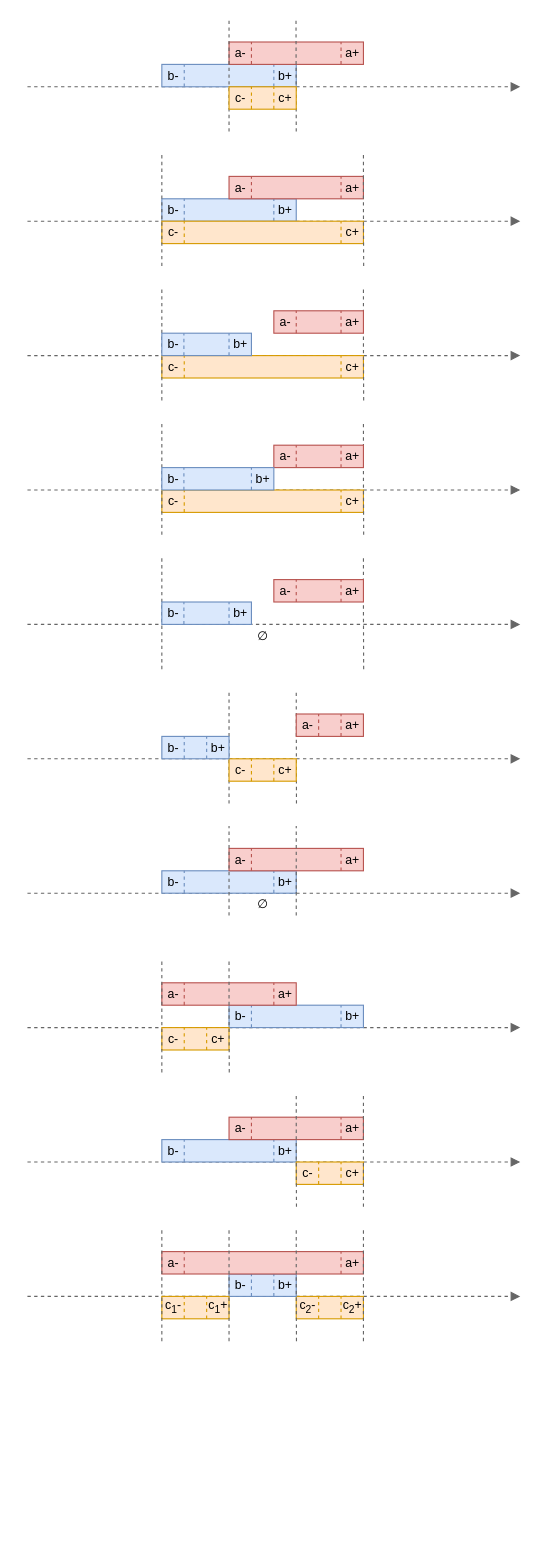
Above: page "Algorithms" (5 of 7) of res/resources.drawio in gchudnov/mindthegap (draw.io), before the change. Source tidied: cells renumbered, new cells numbered last; positions are measured from the earlier drawing's top-left corner, leaving out a move shared by most shapes. Both pictures are drawn from the tidied source at 112%, with x=0, y=0 at pixel (27, 19).
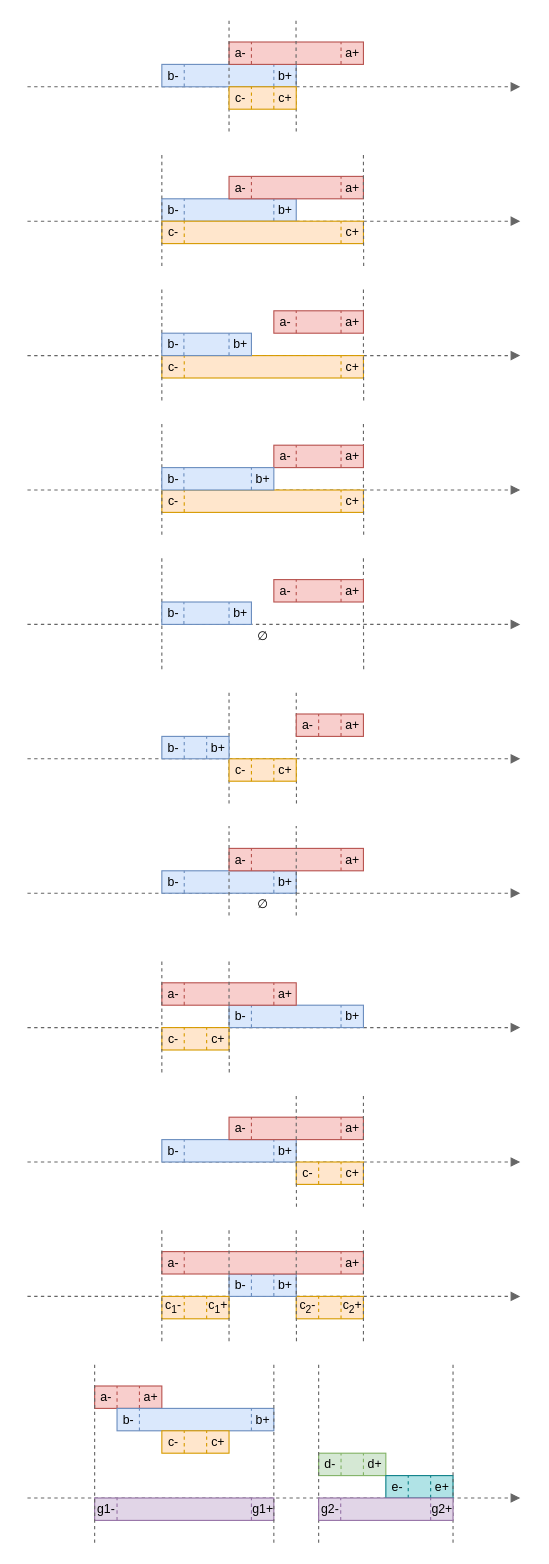
The same diagram, later.

Diff of the diagram source:
```diff
@@
+    <mxCell id="206" style="endArrow=block;html=1;fontSize=12;strokeWidth=1;fillColor=#f5f5f5;strokeColor=#666666;endFill=1;dashed=1;" parent="1" edge="1">
+      <mxGeometry relative="1" as="geometry">
+        <mxPoint y="1320" as="sourcePoint" />
+        <mxPoint x="440" y="1320" as="targetPoint" />
+      </mxGeometry>
+    </mxCell>
+    <mxCell id="207" style="group;" parent="1" vertex="1">
+      <mxGeometry x="60" y="1220" width="60" height="20" as="geometry" />
+    </mxCell>
+    <mxCell id="208" style="rounded=0;whiteSpace=wrap;html=1;fontSize=12;strokeWidth=1;fillColor=#f8cecc;strokeColor=#b85450;" parent="207" vertex="1">
+      <mxGeometry width="60" height="20" as="geometry" />
+    </mxCell>
+    <mxCell id="209" value="&lt;p style=&quot;line-height: 1.2&quot;&gt;a-&lt;/p&gt;" style="text;html=1;strokeColor=none;fillColor=none;align=center;verticalAlign=middle;rounded=0;fontSize=11;labelPosition=center;verticalLabelPosition=middle;horizontal=1;" parent="207" vertex="1">
+      <mxGeometry width="20" height="20" as="geometry" />
+    </mxCell>
+    <mxCell id="210" value="a+" style="text;html=1;strokeColor=none;fillColor=none;align=center;verticalAlign=middle;rounded=0;fontSize=11;spacing=2;" parent="207" vertex="1">
+      <mxGeometry x="40" width="20" height="20" as="geometry" />
+    </mxCell>
+    <mxCell id="211" style="endArrow=none;dashed=1;html=1;strokeWidth=1;fontSize=11;fillColor=#f8cecc;strokeColor=#b85450;" parent="207" edge="1">
+      <mxGeometry relative="1" as="geometry">
+        <mxPoint x="40" y="20" as="sourcePoint" />
+        <mxPoint x="40" as="targetPoint" />
+      </mxGeometry>
+    </mxCell>
+    <mxCell id="212" style="endArrow=none;dashed=1;html=1;strokeWidth=1;fontSize=11;fillColor=#f8cecc;strokeColor=#b85450;" parent="207" edge="1">
+      <mxGeometry relative="1" as="geometry">
+        <mxPoint x="20" y="20" as="sourcePoint" />
+        <mxPoint x="20" as="targetPoint" />
+      </mxGeometry>
+    </mxCell>
+    <mxCell id="213" style="group;" parent="1" vertex="1">
+      <mxGeometry x="60" y="1320" width="160" height="20" as="geometry" />
+    </mxCell>
+    <mxCell id="214" style="rounded=0;whiteSpace=wrap;html=1;fontSize=12;strokeWidth=1;fillColor=#e1d5e7;strokeColor=#9673a6;" parent="213" vertex="1">
+      <mxGeometry width="160" height="20" as="geometry" />
+    </mxCell>
+    <mxCell id="215" value="&lt;p style=&quot;line-height: 1.2&quot;&gt;g1-&lt;/p&gt;" style="text;html=1;strokeColor=none;fillColor=none;align=center;verticalAlign=middle;rounded=0;fontSize=11;labelPosition=center;verticalLabelPosition=middle;horizontal=1;" parent="213" vertex="1">
+      <mxGeometry width="20" height="20" as="geometry" />
+    </mxCell>
+    <mxCell id="216" value="g1+" style="text;html=1;strokeColor=none;fillColor=none;align=center;verticalAlign=middle;rounded=0;fontSize=11;spacing=2;" parent="213" vertex="1">
+      <mxGeometry x="140" width="20" height="20" as="geometry" />
+    </mxCell>
+    <mxCell id="217" style="endArrow=none;dashed=1;html=1;strokeWidth=1;fontSize=11;fillColor=#e1d5e7;strokeColor=#9673a6;" parent="213" edge="1">
+      <mxGeometry relative="1" as="geometry">
+        <mxPoint x="140" y="20" as="sourcePoint" />
+        <mxPoint x="140" as="targetPoint" />
+      </mxGeometry>
+    </mxCell>
+    <mxCell id="218" style="endArrow=none;dashed=1;html=1;strokeWidth=1;fontSize=11;fillColor=#e1d5e7;strokeColor=#9673a6;" parent="213" edge="1">
+      <mxGeometry relative="1" as="geometry">
+        <mxPoint x="20" y="20" as="sourcePoint" />
+        <mxPoint x="20" as="targetPoint" />
+      </mxGeometry>
+    </mxCell>
+    <mxCell id="219" style="group;" parent="1" vertex="1">
+      <mxGeometry x="80" y="1240" width="140" height="20" as="geometry" />
+    </mxCell>
+    <mxCell id="220" style="rounded=0;whiteSpace=wrap;html=1;fontSize=12;strokeWidth=1;fillColor=#dae8fc;strokeColor=#6c8ebf;" parent="219" vertex="1">
+      <mxGeometry width="140" height="20" as="geometry" />
+    </mxCell>
+    <mxCell id="221" value="&lt;p style=&quot;line-height: 1.2&quot;&gt;b-&lt;/p&gt;" style="text;html=1;strokeColor=none;fillColor=none;align=center;verticalAlign=middle;rounded=0;fontSize=11;labelPosition=center;verticalLabelPosition=middle;horizontal=1;" parent="219" vertex="1">
+      <mxGeometry width="20" height="20" as="geometry" />
+    </mxCell>
+    <mxCell id="222" value="b+" style="text;html=1;strokeColor=none;fillColor=none;align=center;verticalAlign=middle;rounded=0;fontSize=11;spacing=2;" parent="219" vertex="1">
+      <mxGeometry x="120" width="20" height="20" as="geometry" />
+    </mxCell>
+    <mxCell id="223" style="endArrow=none;dashed=1;html=1;strokeWidth=1;fontSize=11;fillColor=#dae8fc;strokeColor=#6c8ebf;" parent="219" edge="1">
+      <mxGeometry relative="1" as="geometry">
+        <mxPoint x="120" y="20" as="sourcePoint" />
+        <mxPoint x="120" as="targetPoint" />
+      </mxGeometry>
+    </mxCell>
+    <mxCell id="224" style="endArrow=none;dashed=1;html=1;strokeWidth=1;fontSize=11;fillColor=#dae8fc;strokeColor=#6c8ebf;" parent="219" edge="1">
+      <mxGeometry relative="1" as="geometry">
+        <mxPoint x="20" y="20" as="sourcePoint" />
+        <mxPoint x="20" as="targetPoint" />
+      </mxGeometry>
+    </mxCell>
+    <mxCell id="225" style="group;" parent="1" vertex="1">
+      <mxGeometry x="120" y="1260" width="60" height="20" as="geometry" />
+    </mxCell>
+    <mxCell id="226" style="rounded=0;whiteSpace=wrap;html=1;fontSize=12;strokeWidth=1;fillColor=#ffe6cc;strokeColor=#d79b00;" parent="225" vertex="1">
+      <mxGeometry width="60" height="20" as="geometry" />
+    </mxCell>
+    <mxCell id="227" value="&lt;p style=&quot;line-height: 1.2&quot;&gt;c-&lt;/p&gt;" style="text;html=1;strokeColor=none;fillColor=none;align=center;verticalAlign=middle;rounded=0;fontSize=11;labelPosition=center;verticalLabelPosition=middle;horizontal=1;" parent="225" vertex="1">
+      <mxGeometry width="20" height="20" as="geometry" />
+    </mxCell>
+    <mxCell id="228" value="c+" style="text;html=1;strokeColor=none;fillColor=none;align=center;verticalAlign=middle;rounded=0;fontSize=11;spacing=2;" parent="225" vertex="1">
+      <mxGeometry x="40" width="20" height="20" as="geometry" />
+    </mxCell>
+    <mxCell id="229" style="endArrow=none;dashed=1;html=1;strokeWidth=1;fontSize=11;fillColor=#ffe6cc;strokeColor=#d79b00;" parent="225" edge="1">
+      <mxGeometry relative="1" as="geometry">
+        <mxPoint x="40" y="20" as="sourcePoint" />
+        <mxPoint x="40" as="targetPoint" />
+      </mxGeometry>
+    </mxCell>
+    <mxCell id="230" style="endArrow=none;dashed=1;html=1;strokeWidth=1;fontSize=11;fillColor=#ffe6cc;strokeColor=#d79b00;" parent="225" edge="1">
+      <mxGeometry relative="1" as="geometry">
+        <mxPoint x="20" y="20" as="sourcePoint" />
+        <mxPoint x="20" as="targetPoint" />
+      </mxGeometry>
+    </mxCell>
+    <mxCell id="231" style="group;" parent="1" vertex="1">
+      <mxGeometry x="260" y="1280" width="60" height="20" as="geometry" />
+    </mxCell>
+    <mxCell id="232" style="rounded=0;whiteSpace=wrap;html=1;fontSize=12;strokeWidth=1;fillColor=#d5e8d4;strokeColor=#82b366;" parent="231" vertex="1">
+      <mxGeometry width="60" height="20" as="geometry" />
+    </mxCell>
+    <mxCell id="233" value="&lt;p style=&quot;line-height: 1.2&quot;&gt;d-&lt;/p&gt;" style="text;html=1;strokeColor=none;fillColor=none;align=center;verticalAlign=middle;rounded=0;fontSize=11;labelPosition=center;verticalLabelPosition=middle;horizontal=1;" parent="231" vertex="1">
+      <mxGeometry width="20" height="20" as="geometry" />
+    </mxCell>
+    <mxCell id="234" value="d+" style="text;html=1;strokeColor=none;fillColor=none;align=center;verticalAlign=middle;rounded=0;fontSize=11;spacing=2;" parent="231" vertex="1">
+      <mxGeometry x="40" width="20" height="20" as="geometry" />
+    </mxCell>
+    <mxCell id="235" style="endArrow=none;dashed=1;html=1;strokeWidth=1;fontSize=11;fillColor=#d5e8d4;strokeColor=#82b366;" parent="231" edge="1">
+      <mxGeometry relative="1" as="geometry">
+        <mxPoint x="40" y="20" as="sourcePoint" />
+        <mxPoint x="40" as="targetPoint" />
+      </mxGeometry>
+    </mxCell>
+    <mxCell id="236" style="endArrow=none;dashed=1;html=1;strokeWidth=1;fontSize=11;fillColor=#d5e8d4;strokeColor=#82b366;" parent="231" edge="1">
+      <mxGeometry relative="1" as="geometry">
+        <mxPoint x="20" y="20" as="sourcePoint" />
+        <mxPoint x="20" as="targetPoint" />
+      </mxGeometry>
+    </mxCell>
+    <mxCell id="237" style="group;" parent="1" vertex="1">
+      <mxGeometry x="320" y="1300" width="60" height="20" as="geometry" />
+    </mxCell>
+    <mxCell id="238" style="rounded=0;whiteSpace=wrap;html=1;fontSize=12;strokeWidth=1;fillColor=#b0e3e6;strokeColor=#0e8088;" parent="237" vertex="1">
+      <mxGeometry width="60" height="20" as="geometry" />
+    </mxCell>
+    <mxCell id="239" value="&lt;p style=&quot;line-height: 1.2&quot;&gt;e-&lt;/p&gt;" style="text;html=1;strokeColor=none;fillColor=none;align=center;verticalAlign=middle;rounded=0;fontSize=11;labelPosition=center;verticalLabelPosition=middle;horizontal=1;" parent="237" vertex="1">
+      <mxGeometry width="20" height="20" as="geometry" />
+    </mxCell>
+    <mxCell id="240" value="e+" style="text;html=1;strokeColor=none;fillColor=none;align=center;verticalAlign=middle;rounded=0;fontSize=11;spacing=2;" parent="237" vertex="1">
+      <mxGeometry x="40" width="20" height="20" as="geometry" />
+    </mxCell>
+    <mxCell id="241" style="endArrow=none;dashed=1;html=1;strokeWidth=1;fontSize=11;fillColor=#b0e3e6;strokeColor=#0e8088;" parent="237" edge="1">
+      <mxGeometry relative="1" as="geometry">
+        <mxPoint x="40" y="20" as="sourcePoint" />
+        <mxPoint x="40" as="targetPoint" />
+      </mxGeometry>
+    </mxCell>
+    <mxCell id="242" style="endArrow=none;dashed=1;html=1;strokeWidth=1;fontSize=11;fillColor=#b0e3e6;strokeColor=#0e8088;" parent="237" edge="1">
+      <mxGeometry relative="1" as="geometry">
+        <mxPoint x="20" y="20" as="sourcePoint" />
+        <mxPoint x="20" as="targetPoint" />
+      </mxGeometry>
+    </mxCell>
+    <mxCell id="243" style="endArrow=none;dashed=1;html=1;strokeWidth=1;fontSize=11;fillColor=#f5f5f5;strokeColor=#666666;" parent="1" edge="1">
+      <mxGeometry relative="1" as="geometry">
+        <mxPoint x="380" y="1360" as="sourcePoint" />
+        <mxPoint x="380" y="1200" as="targetPoint" />
+      </mxGeometry>
+    </mxCell>
+    <mxCell id="244" style="endArrow=none;dashed=1;html=1;strokeWidth=1;fontSize=11;fillColor=#f5f5f5;strokeColor=#666666;" parent="1" edge="1">
+      <mxGeometry relative="1" as="geometry">
+        <mxPoint x="260" y="1360" as="sourcePoint" />
+        <mxPoint x="260" y="1200" as="targetPoint" />
+      </mxGeometry>
+    </mxCell>
+    <mxCell id="245" style="endArrow=none;dashed=1;html=1;strokeWidth=1;fontSize=11;fillColor=#f5f5f5;strokeColor=#666666;" parent="1" edge="1">
+      <mxGeometry relative="1" as="geometry">
+        <mxPoint x="220" y="1360" as="sourcePoint" />
+        <mxPoint x="220" y="1200" as="targetPoint" />
+      </mxGeometry>
+    </mxCell>
+    <mxCell id="246" style="endArrow=none;dashed=1;html=1;strokeWidth=1;fontSize=11;fillColor=#f5f5f5;strokeColor=#666666;" parent="1" edge="1">
+      <mxGeometry relative="1" as="geometry">
+        <mxPoint x="60" y="1360" as="sourcePoint" />
+        <mxPoint x="60" y="1200" as="targetPoint" />
+      </mxGeometry>
+    </mxCell>
+    <mxCell id="247" style="group;" parent="1" vertex="1">
+      <mxGeometry x="259.7" y="1320" width="120.3" height="20" as="geometry" />
+    </mxCell>
+    <mxCell id="248" style="rounded=0;whiteSpace=wrap;html=1;fontSize=12;strokeWidth=1;fillColor=#e1d5e7;strokeColor=#9673a6;" parent="247" vertex="1">
+      <mxGeometry x="0.3" width="120" height="20" as="geometry" />
+    </mxCell>
+    <mxCell id="249" value="&lt;p style=&quot;line-height: 1.2&quot;&gt;g2-&lt;/p&gt;" style="text;html=1;strokeColor=none;fillColor=none;align=center;verticalAlign=middle;rounded=0;fontSize=11;labelPosition=center;verticalLabelPosition=middle;horizontal=1;" parent="247" vertex="1">
+      <mxGeometry width="20" height="20" as="geometry" />
+    </mxCell>
+    <mxCell id="250" value="g2+" style="text;html=1;strokeColor=none;fillColor=none;align=center;verticalAlign=middle;rounded=0;fontSize=11;spacing=2;" parent="247" vertex="1">
+      <mxGeometry x="100.3" width="20" height="20" as="geometry" />
+    </mxCell>
+    <mxCell id="251" style="endArrow=none;dashed=1;html=1;strokeWidth=1;fontSize=11;fillColor=#e1d5e7;strokeColor=#9673a6;" parent="247" edge="1">
+      <mxGeometry relative="1" as="geometry">
+        <mxPoint x="100.3" y="20" as="sourcePoint" />
+        <mxPoint x="100.3" as="targetPoint" />
+      </mxGeometry>
+    </mxCell>
+    <mxCell id="252" style="endArrow=none;dashed=1;html=1;strokeWidth=1;fontSize=11;fillColor=#e1d5e7;strokeColor=#9673a6;" parent="247" edge="1">
+      <mxGeometry relative="1" as="geometry">
+        <mxPoint x="20" y="20" as="sourcePoint" />
+        <mxPoint x="20" as="targetPoint" />
+      </mxGeometry>
+    </mxCell>
```
